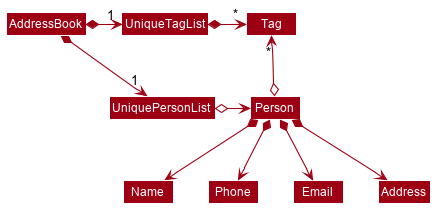
Before: docs/images/BetterModelClassDiagram.png, a diagram exported from PlantUML (nus-cs2103-AY2021S2/tp).
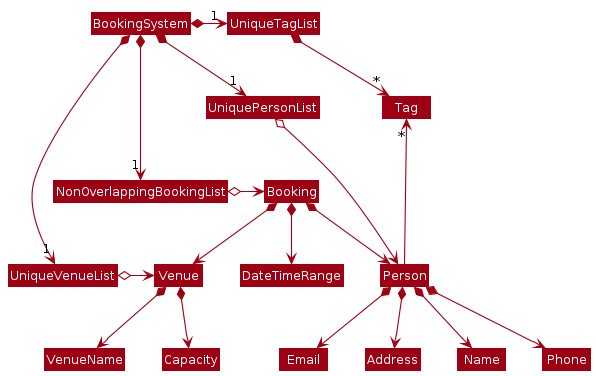
Later version of the same file.

What changed in the source:
```diff
@@ -1,68 +1,33 @@
 @startuml
+!include style.puml
+skinparam arrowThickness 1.1
+skinparam arrowColor MODEL_COLOR
+skinparam classBackgroundColor MODEL_COLOR
 
-
-
-
-
-
-
-
-skinparam BackgroundColor #FFFFFFF
-
-skinparam Shadowing false
-
-skinparam Class {
-    FontColor #FFFFFF
-    BorderThickness 1
-    BorderColor #FFFFFF
-    StereotypeFontColor #FFFFFF
-    FontName Arial
-}
-
-skinparam Actor {
-    BorderColor #000000
-    Color #000000
-    FontName Arial
-}
-
-skinparam Sequence {
-    MessageAlign center
-    BoxFontSize 15
-    BoxPadding 0
-    BoxFontColor #FFFFFF
-    FontName Arial
-}
-
-skinparam Participant {
-    FontColor #FFFFFFF
-    Padding 20
-}
-
-skinparam MinClassWidth 50
-skinparam ParticipantPadding 10
-skinparam Shadowing false
-skinparam DefaultTextAlignment center
-skinparam packageStyle Rectangle
-
-hide footbox
-hide members
-hide circle
-skinparam arrowThickness 1.1
-skinparam arrowColor #9D0012
-skinparam classBackgroundColor #9D0012
-
-AddressBook *-right-> "1" UniquePersonList
-AddressBook *-right-> "1" UniqueTagList
+BookingSystem *-right-> "1" UniquePersonList
+BookingSystem *-right-> "1" NonOverlappingBookingList
+BookingSystem *-right-> "1" UniqueVenueList
+BookingSystem *-right-> "1" UniqueTagList
 UniqueTagList -[hidden]down- UniquePersonList
-UniqueTagList -[hidden]down- UniquePersonList
+UniquePersonList -[hidden]down- NonOverlappingBookingList
+NonOverlappingBookingList -[hidden]down- UniqueVenueList
 
 UniqueTagList *-right-> "*" Tag
 UniquePersonList o-right-> Person
+NonOverlappingBookingList o-right-> Booking
+UniqueVenueList o-right-> Venue
 
-Person o-up-> "*" Tag
+Person -up-> "*" Tag
 
 Person *--> Name
 Person *--> Phone
 Person *--> Email
 Person *--> Address
+
+Booking *--> Person
+Booking *--> Venue
+Booking *--> DateTimeRange
+
+Venue *--> VenueName
+Venue *--> Capacity
 @enduml
```
